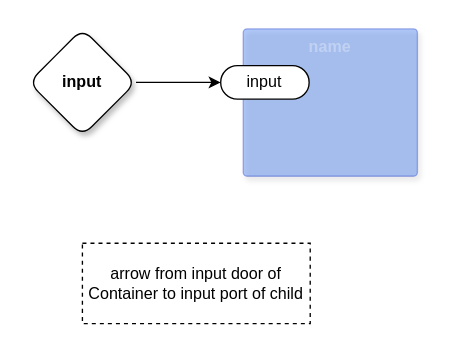
guitarvydas/0dproto keeps this draw.io diagram as page "down" (12 of 31) of DPL syntax/DPL syntax.drawio. Above is the earlier version. Source tidied: cells renumbered, new cells numbered last; positions are measured from the earlier drawing's top-left corner, leaving out a move shared by most shapes. Both pictures are drawn from the tidied source at 134%, with x=0, y=0 at pixel (28, 28).
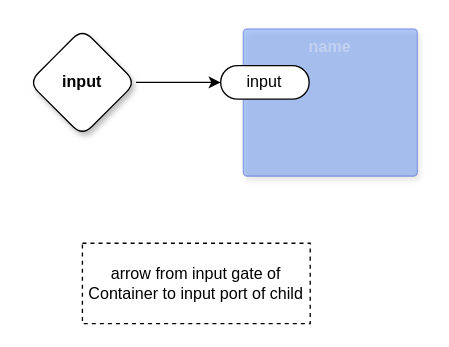
After the change.

Change to the diagram source:
```diff
@@
 <mxGraphModel>
   <root>
     <mxCell id="0" />
     <mxCell id="1" parent="0" />
     <mxCell id="2" style="edgeStyle=orthogonalEdgeStyle;rounded=0;jettySize=auto;html=1;exitX=1;exitY=0.5;exitDx=0;exitDy=0;exitPerimeter=0;" parent="1" edge="1" source="3" target="5">
       <mxGeometry relative="1" as="geometry" />
     </mxCell>
     <mxCell id="3" value="input" style="rhombus;whiteSpace=wrap;html=1;rounded=1;fontStyle=1;glass=0;sketch=0;fontSize=12;points=[[0,0.5,0,0,0],[0.5,0,0,0,0],[0.5,1,0,0,0],[1,0.5,0,0,0]];shadow=1;" parent="1" vertex="1">
       <mxGeometry width="80" height="80" as="geometry" />
     </mxCell>
     <mxCell id="4" value="name" style="rounded=1;whiteSpace=wrap;html=1;sketch=0;verticalAlign=top;arcSize=6;fontStyle=1;absoluteArcSize=1;shadow=1;strokeColor=#001DBC;fillColor=#0050ef;fontColor=#ffffff;opacity=30;textOpacity=30;" parent="1" vertex="1">
       <mxGeometry x="160" width="130" height="110" as="geometry" />
     </mxCell>
     <mxCell id="5" value="input" style="rounded=1;whiteSpace=wrap;html=1;sketch=0;points=[[0,0.5,0,0,0],[1,0.5,0,0,0]];arcSize=50;" parent="4" vertex="1">
       <mxGeometry x="-16.8" y="27.5" width="66" height="25" as="geometry" />
     </mxCell>
-    <mxCell id="6" value="arrow from input door of Container to input port of child" style="rounded=0;whiteSpace=wrap;html=1;dashed=1;" parent="1" vertex="1">
+    <mxCell id="6" value="arrow from input gate of Container to input port of child" style="rounded=0;whiteSpace=wrap;html=1;dashed=1;" parent="1" vertex="1">
       <mxGeometry x="40" y="160" width="170" height="60" as="geometry" />
     </mxCell>
   </root>
 </mxGraphModel>
```
